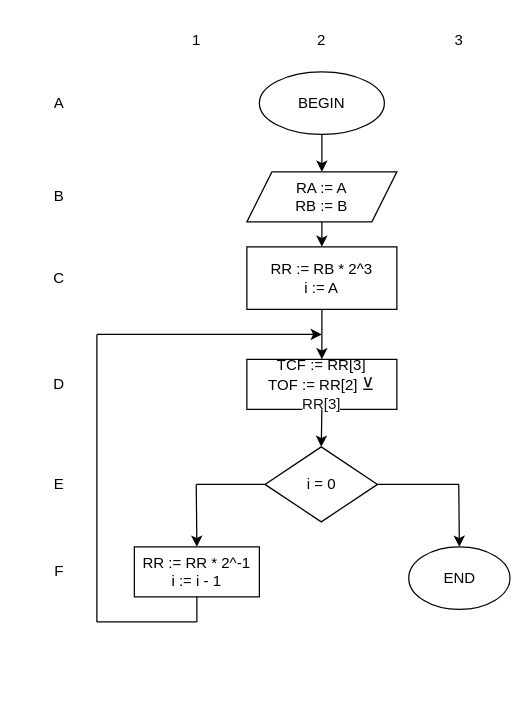
The draw.io diagram sdvig.drawio in TimurQQ/Workshop, before the edit. Source tidied: cells renumbered, new cells numbered last; positions are measured from the earlier drawing's top-left corner, leaving out a move shared by most shapes. Both pictures are drawn from the tidied source at 125%, with x=0, y=0 at pixel (21, 21).
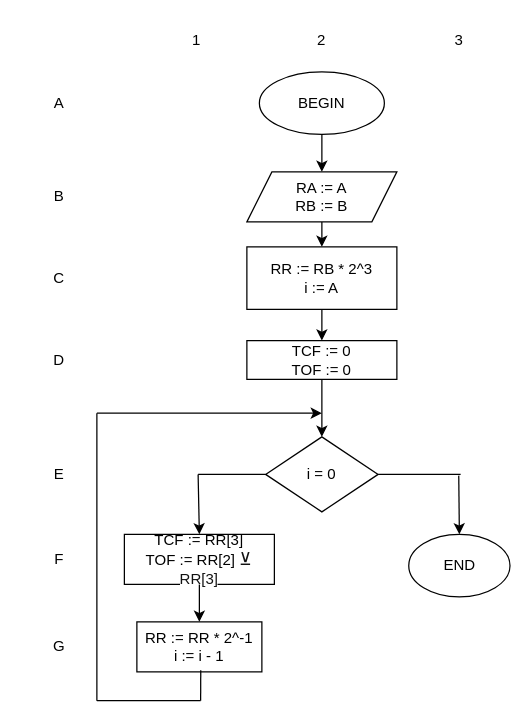
Above is the later version.

The change refers to these unchanged cells:
```xml
<mxCell id="4" value="RR := RB * 2^3&lt;br&gt;i := A" style="rounded=0;whiteSpace=wrap;html=1;" parent="1" vertex="1">
  <mxGeometry x="180" y="180" width="120" height="50" as="geometry" />
</mxCell>
```

Change to the diagram source:
```diff
@@
     <mxCell id="5" value="TCF := RR[3]&lt;br&gt;TOF := RR[2]&amp;nbsp;&lt;span style=&quot;color: rgb(17 , 17 , 17) ; background-color: rgb(255 , 255 , 255)&quot;&gt;&lt;font&gt;&lt;font face=&quot;u2000&quot; style=&quot;font-size: 14px&quot;&gt;⊻ &lt;/font&gt;&lt;font style=&quot;font-size: 12px&quot;&gt;RR[3]&lt;/font&gt;&lt;/font&gt;&lt;/span&gt;" style="rounded=0;whiteSpace=wrap;html=1;" parent="1" vertex="1">
-      <mxGeometry x="180" y="270" width="120" height="40" as="geometry" />
+      <mxGeometry x="82" y="410" width="120" height="40" as="geometry" />
     </mxCell>
     <mxCell id="6" value="i = 0" style="rhombus;whiteSpace=wrap;html=1;fontFamily=Helvetica;fontSize=12;" parent="1" vertex="1">
-      <mxGeometry x="194.5" y="340" width="90" height="60" as="geometry" />
+      <mxGeometry x="195" y="332" width="90" height="60" as="geometry" />
     </mxCell>
     <mxCell id="7" style="endArrow=none;html=1;rounded=0;fontFamily=Helvetica;fontSize=12;exitX=1;exitY=0.5;exitDx=0;exitDy=0;" parent="1" edge="1" source="6">
       <mxGeometry relative="1" as="geometry">
-        <mxPoint x="349.5" y="370" as="targetPoint" />
+        <mxPoint x="351" y="362" as="targetPoint" />
       </mxGeometry>
     </mxCell>
     <mxCell id="8" style="endArrow=classic;html=1;rounded=0;fontFamily=Helvetica;fontSize=12;entryX=0.5;entryY=0;entryDx=0;entryDy=0;" parent="1" edge="1" target="16">
       <mxGeometry relative="1" as="geometry">
-        <mxPoint x="349.5" y="370" as="sourcePoint" />
+        <mxPoint x="349.5" y="363" as="sourcePoint" />
       </mxGeometry>
     </mxCell>
-    <mxCell id="9" style="endArrow=classic;html=1;rounded=0;fontFamily=Helvetica;fontSize=12;exitX=0.5;exitY=1;exitDx=0;exitDy=0;entryX=0.5;entryY=0;entryDx=0;entryDy=0;" parent="1" edge="1" source="5" target="6">
-      <mxGeometry relative="1" as="geometry" />
-    </mxCell>
-    <mxCell id="10" style="endArrow=classic;html=1;rounded=0;fontFamily=Helvetica;fontSize=12;exitX=0.5;exitY=1;exitDx=0;exitDy=0;entryX=0.5;entryY=0;entryDx=0;entryDy=0;" parent="1" edge="1" source="4" target="5">
-      <mxGeometry relative="1" as="geometry" />
-    </mxCell>
@@
     <mxCell id="13" style="endArrow=none;html=1;rounded=0;fontFamily=Helvetica;fontSize=12;exitX=0;exitY=0.5;exitDx=0;exitDy=0;" parent="1" edge="1" source="6">
       <mxGeometry relative="1" as="geometry">
-        <mxPoint x="139.5" y="370" as="targetPoint" />
+        <mxPoint x="141" y="362" as="targetPoint" />
       </mxGeometry>
     </mxCell>
-    <mxCell id="14" style="endArrow=classic;html=1;rounded=0;fontFamily=Helvetica;fontSize=12;entryX=0.5;entryY=0;entryDx=0;entryDy=0;" parent="1" edge="1" target="15">
+    <mxCell id="14" style="endArrow=classic;html=1;rounded=0;fontFamily=Helvetica;fontSize=12;entryX=0.5;entryY=0;entryDx=0;entryDy=0;" parent="1" edge="1" target="5">
       <mxGeometry relative="1" as="geometry">
-        <mxPoint x="139.5" y="370" as="sourcePoint" />
+        <mxPoint x="141" y="362" as="sourcePoint" />
       </mxGeometry>
     </mxCell>
     <mxCell id="15" value="RR := RR * 2^-1&lt;br&gt;i := i - 1" style="rounded=0;whiteSpace=wrap;html=1;fontFamily=Helvetica;fontSize=12;" parent="1" vertex="1">
-      <mxGeometry x="90" y="420" width="100" height="40" as="geometry" />
+      <mxGeometry x="92" y="480" width="100" height="40" as="geometry" />
     </mxCell>
     <mxCell id="16" value="END" style="ellipse;whiteSpace=wrap;html=1;fontFamily=Helvetica;fontSize=12;" parent="1" vertex="1">
-      <mxGeometry x="309.5" y="420" width="81" height="50" as="geometry" />
+      <mxGeometry x="309.5" y="410" width="81" height="50" as="geometry" />
     </mxCell>
-    <mxCell id="17" style="endArrow=none;html=1;rounded=0;fontFamily=Helvetica;fontSize=12;exitX=0.5;exitY=1;exitDx=0;exitDy=0;" parent="1" edge="1" source="15">
-      <mxGeometry relative="1" as="geometry">
-        <mxPoint x="140" y="480" as="targetPoint" />
-      </mxGeometry>
-    </mxCell>
     <mxCell id="18" style="endArrow=none;html=1;rounded=0;fontFamily=Helvetica;fontSize=12;" parent="1" edge="1">
       <mxGeometry relative="1" as="geometry">
-        <mxPoint x="140" y="480" as="sourcePoint" />
-        <mxPoint x="60" y="480" as="targetPoint" />
+        <mxPoint x="143" y="543" as="sourcePoint" />
+        <mxPoint x="60" y="543" as="targetPoint" />
       </mxGeometry>
     </mxCell>
     <mxCell id="19" style="endArrow=none;html=1;rounded=0;fontFamily=Helvetica;fontSize=12;" parent="1" edge="1">
       <mxGeometry relative="1" as="geometry">
-        <mxPoint x="60" y="480" as="sourcePoint" />
-        <mxPoint x="60" y="250" as="targetPoint" />
+        <mxPoint x="60" y="543" as="sourcePoint" />
+        <mxPoint x="60" y="313" as="targetPoint" />
       </mxGeometry>
     </mxCell>
     <mxCell id="20" style="endArrow=classic;html=1;rounded=0;fontFamily=Helvetica;fontSize=12;" parent="1" edge="1">
       <mxGeometry relative="1" as="geometry">
-        <mxPoint x="60" y="250" as="sourcePoint" />
-        <mxPoint x="240" y="250" as="targetPoint" />
+        <mxPoint x="60" y="313" as="sourcePoint" />
+        <mxPoint x="240" y="313" as="targetPoint" />
       </mxGeometry>
     </mxCell>
@@
     <mxCell id="27" value="D" style="text;html=1;strokeColor=none;fillColor=none;align=center;verticalAlign=middle;whiteSpace=wrap;rounded=0;fontFamily=Helvetica;fontSize=12;" parent="1" vertex="1">
-      <mxGeometry y="275" width="60" height="30" as="geometry" />
+      <mxGeometry y="255.5" width="60" height="30" as="geometry" />
     </mxCell>
     <mxCell id="28" value="E" style="text;html=1;strokeColor=none;fillColor=none;align=center;verticalAlign=middle;whiteSpace=wrap;rounded=0;fontFamily=Helvetica;fontSize=12;" parent="1" vertex="1">
-      <mxGeometry y="355" width="60" height="30" as="geometry" />
+      <mxGeometry y="347" width="60" height="30" as="geometry" />
     </mxCell>
     <mxCell id="29" value="F" style="text;html=1;strokeColor=none;fillColor=none;align=center;verticalAlign=middle;whiteSpace=wrap;rounded=0;fontFamily=Helvetica;fontSize=12;" parent="1" vertex="1">
-      <mxGeometry y="425" width="60" height="30" as="geometry" />
+      <mxGeometry y="415" width="60" height="30" as="geometry" />
     </mxCell>
+    <mxCell id="30" value="TCF := 0&lt;br&gt;TOF := 0" style="rounded=0;whiteSpace=wrap;html=1;" parent="1" vertex="1">
+      <mxGeometry x="180" y="255" width="120" height="31" as="geometry" />
+    </mxCell>
+    <mxCell id="31" style="endArrow=classic;html=1;rounded=0;exitX=0.5;exitY=1;exitDx=0;exitDy=0;entryX=0.5;entryY=0;entryDx=0;entryDy=0;" parent="1" edge="1" source="4" target="30">
+      <mxGeometry relative="1" as="geometry" />
+    </mxCell>
+    <mxCell id="32" style="endArrow=classic;html=1;rounded=0;exitX=0.5;exitY=1;exitDx=0;exitDy=0;entryX=0.5;entryY=0;entryDx=0;entryDy=0;" parent="1" edge="1" source="30" target="6">
+      <mxGeometry relative="1" as="geometry" />
+    </mxCell>
+    <mxCell id="33" style="endArrow=classic;html=1;rounded=0;exitX=0.5;exitY=1;exitDx=0;exitDy=0;entryX=0.5;entryY=0;entryDx=0;entryDy=0;" parent="1" edge="1" source="5" target="15">
+      <mxGeometry relative="1" as="geometry" />
+    </mxCell>
+    <mxCell id="34" style="endArrow=none;html=1;rounded=0;entryX=0.511;entryY=0.968;entryDx=0;entryDy=0;entryPerimeter=0;" parent="1" edge="1" target="15">
+      <mxGeometry relative="1" as="geometry">
+        <mxPoint x="143" y="543" as="sourcePoint" />
+      </mxGeometry>
+    </mxCell>
+    <mxCell id="35" value="G" style="text;html=1;strokeColor=none;fillColor=none;align=center;verticalAlign=middle;whiteSpace=wrap;rounded=0;fontFamily=Helvetica;fontSize=12;" parent="1" vertex="1">
+      <mxGeometry y="485" width="60" height="30" as="geometry" />
+    </mxCell>
```
